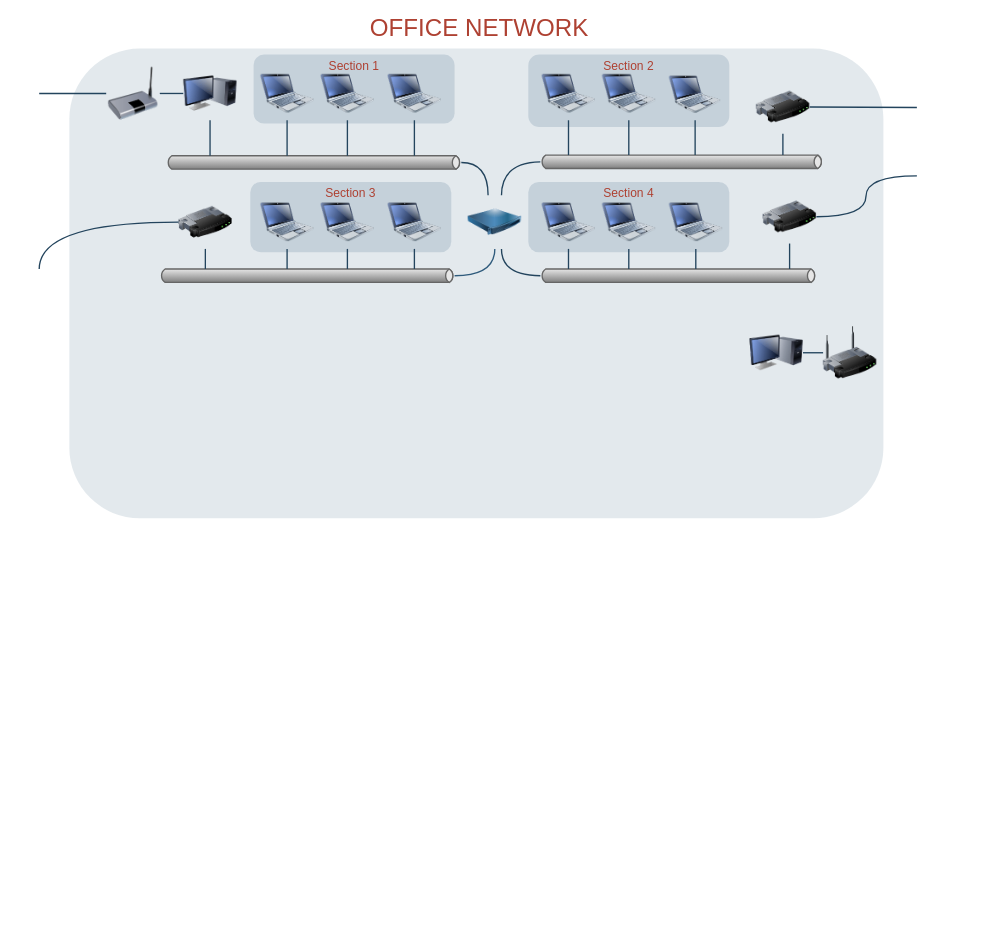
dheonz/olampp keeps this draw.io diagram as Diagram Tanpa Judul.drawio. Above is the earlier version. Source tidied: cells renumbered, new cells numbered last; positions are measured from the earlier drawing's top-left corner, leaving out a move shared by most shapes. Both pictures are drawn from the tidied source at 67%, with x=0, y=0 at pixel (17, 11).
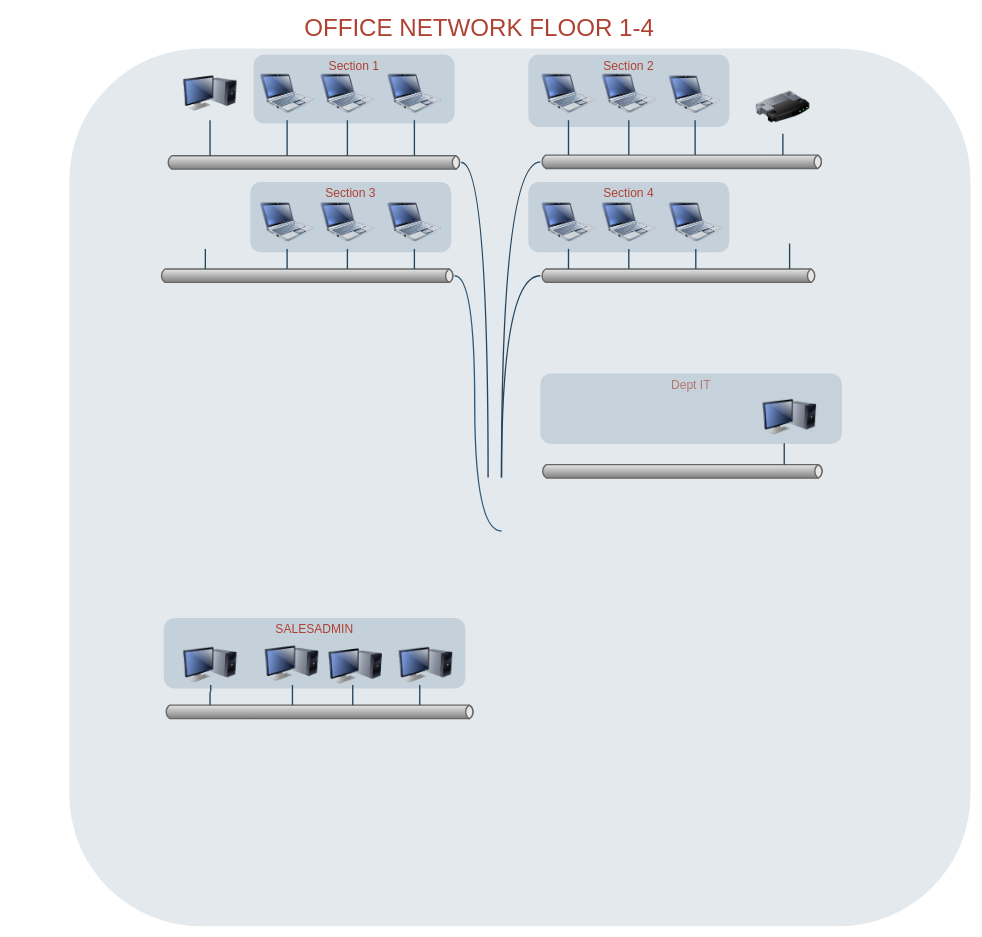
After the change.

Unchanged cells that the change refers to:
```xml
<mxCell id="7" style="strokeWidth=2;strokeColor=#666666;dashed=0;align=center;html=1;fontSize=8;shape=mxgraph.eip.messageChannel;shadow=0;fillColor=#FFFFFF;gradientColor=none;fontColor=#F08705;fontStyle=0;" parent="1" vertex="1">
  <mxGeometry x="223" y="215" width="440" height="20" as="geometry" />
</mxCell>
<mxCell id="9" style="image;html=1;image=img/lib/clip_art/computers/Monitor_Tower_128x128.png;shadow=0;strokeColor=#000000;fillColor=#FFFFFF;gradientColor=none;fontSize=18;fontColor=#F08705;fontStyle=0;" parent="1" vertex="1">
  <mxGeometry x="248" y="82" width="80" height="80" as="geometry" />
</mxCell>
<mxCell id="23" style="strokeWidth=2;strokeColor=#666666;dashed=0;align=center;html=1;fontSize=8;shape=mxgraph.eip.messageChannel;shadow=0;fillColor=#FFFFFF;gradientColor=none;fontColor=#F08705;fontStyle=0;" parent="1" vertex="1">
  <mxGeometry x="781" y="214" width="422" height="20" as="geometry" />
</mxCell>
<mxCell id="24" style="strokeWidth=2;strokeColor=#666666;dashed=0;align=center;html=1;fontSize=8;shape=mxgraph.eip.messageChannel;shadow=0;fillColor=#FFFFFF;gradientColor=none;fontColor=#F08705;fontStyle=0;" parent="1" vertex="1">
  <mxGeometry x="213" y="384" width="440" height="20" as="geometry" />
</mxCell>
<mxCell id="25" style="strokeWidth=2;strokeColor=#666666;dashed=0;align=center;html=1;fontSize=8;shape=mxgraph.eip.messageChannel;shadow=0;fillColor=#FFFFFF;gradientColor=none;fontColor=#F08705;fontStyle=0;" parent="1" vertex="1">
  <mxGeometry x="781" y="384" width="412" height="20" as="geometry" />
</mxCell>
<mxCell id="26" style="image;html=1;image=img/lib/clip_art/networking/Router_128x128.png;shadow=0;strokeColor=#000000;fillColor=#FFFFFF;gradientColor=none;fontSize=18;fontColor=#F08705;fontStyle=0;" parent="1" vertex="1">
  <mxGeometry x="1103" y="102" width="80" height="80" as="geometry" />
</mxCell>
```

The edit, as a diff of the source:
```diff
@@
+    <mxCell id="60" value="Dept IT" style="rounded=1;whiteSpace=wrap;html=1;shadow=0;strokeColor=none;fillColor=#BAC8D3;gradientColor=none;fontSize=18;fontColor=#AE4132;verticalAlign=top;fontStyle=0;opacity=70;strokeWidth=3;" parent="1" vertex="1">
+      <mxGeometry x="781" y="540" width="450" height="105" as="geometry" />
+    </mxCell>
     <mxCell id="2" style="rounded=1;whiteSpace=wrap;html=1;shadow=0;strokeColor=none;fillColor=#BAC8D3;gradientColor=none;fontSize=18;fontColor=#F08705;opacity=40;fontStyle=0;strokeWidth=3;" parent="1" vertex="1">
-      <mxGeometry x="78" y="55" width="1215" height="701" as="geometry" />
+      <mxGeometry x="78" y="55" width="1345" height="1310" as="geometry" />
     </mxCell>
@@
-    <mxCell id="10" style="image;html=1;image=img/lib/clip_art/networking/Bridge_128x128.png;shadow=0;strokeColor=#000000;fillColor=#FFFFFF;gradientColor=none;fontSize=18;fontColor=#F08705;fontStyle=0;" parent="1" vertex="1">
-      <mxGeometry x="133" y="82" width="80" height="80" as="geometry" />
-    </mxCell>
@@
-    <mxCell id="27" style="image;html=1;image=img/lib/clip_art/networking/Router_128x128.png;shadow=0;strokeColor=#000000;fillColor=#FFFFFF;gradientColor=none;fontSize=18;fontColor=#F08705;fontStyle=0;" parent="1" vertex="1">
-      <mxGeometry x="1113" y="266" width="80" height="80" as="geometry" />
-    </mxCell>
-    <mxCell id="28" style="image;html=1;image=img/lib/clip_art/computers/Monitor_Tower_128x128.png;shadow=0;strokeColor=#000000;fillColor=#FFFFFF;gradientColor=none;fontSize=18;fontColor=#F08705;fontStyle=0;" parent="1" vertex="1">
-      <mxGeometry x="1093" y="469" width="80" height="80" as="geometry" />
-    </mxCell>
-    <mxCell id="29" style="image;html=1;image=img/lib/clip_art/networking/Wireless_Router_128x128.png;shadow=0;strokeColor=#000000;fillColor=#FFFFFF;gradientColor=none;fontSize=18;fontColor=#F08705;fontStyle=0;" parent="1" vertex="1">
-      <mxGeometry x="1203" y="469" width="80" height="80" as="geometry" />
-    </mxCell>
-    <mxCell id="30" style="edgeStyle=none;rounded=0;html=1;fontSize=18;fontColor=#F08705;endArrow=none;endFill=0;strokeColor=#23445D;strokeWidth=2;fontStyle=0;" parent="1" edge="1" source="9" target="10">
-      <mxGeometry relative="1" as="geometry" />
-    </mxCell>
-    <mxCell id="31" style="image;html=1;image=img/lib/clip_art/networking/Router_128x128.png;shadow=0;strokeColor=#000000;fillColor=#FFFFFF;gradientColor=none;fontSize=18;fontColor=#F08705;fontStyle=0;" parent="1" vertex="1">
-      <mxGeometry x="241" y="274" width="80" height="80" as="geometry" />
-    </mxCell>
@@
-    <mxCell id="44" style="edgeStyle=elbowEdgeStyle;strokeWidth=2;rounded=0;endArrow=none;startArrow=none;startSize=10;endSize=10;dashed=0;html=1;strokeColor=#23445D;fontSize=18;fontColor=#F08705;startFill=0;endFill=0;fontStyle=0;" parent="1" edge="1" source="27" target="25">
-      <mxGeometry relative="1" as="geometry" />
+    <mxCell id="44" style="edgeStyle=elbowEdgeStyle;strokeWidth=2;rounded=0;endArrow=none;startArrow=none;startSize=10;endSize=10;dashed=0;html=1;strokeColor=#23445D;fontSize=18;fontColor=#F08705;startFill=0;endFill=0;fontStyle=0;" parent="1" edge="1" target="25">
+      <mxGeometry relative="1" as="geometry">
+        <mxPoint x="1153" y="346" as="sourcePoint" />
+      </mxGeometry>
     </mxCell>
-    <mxCell id="45" style="edgeStyle=none;rounded=0;html=1;startArrow=none;startFill=0;endArrow=none;endFill=0;fontSize=18;fontColor=#F08705;strokeColor=#23445D;strokeWidth=2;fontStyle=0;" parent="1" edge="1" source="26">
-      <mxGeometry relative="1" as="geometry">
-        <mxPoint x="1343" y="143" as="targetPoint" />
-      </mxGeometry>
-    </mxCell>
-    <mxCell id="46" style="edgeStyle=orthogonalEdgeStyle;rounded=0;html=1;startArrow=none;startFill=0;endArrow=none;endFill=0;fontSize=18;fontColor=#F08705;strokeColor=#23445D;strokeWidth=2;curved=1;fontStyle=0;" parent="1" edge="1" source="27">
-      <mxGeometry relative="1" as="geometry">
-        <mxPoint x="1343" y="245" as="targetPoint" />
-        <Array as="points">
-          <mxPoint x="1267" y="306" />
-          <mxPoint x="1267" y="245" />
-        </Array>
-      </mxGeometry>
-    </mxCell>
-    <mxCell id="47" style="edgeStyle=orthogonalEdgeStyle;rounded=0;html=1;startArrow=none;startFill=0;endArrow=none;endFill=0;fontSize=18;fontColor=#F08705;strokeColor=#23445D;strokeWidth=2;curved=1;fontStyle=0;" parent="1" edge="1" source="10">
-      <mxGeometry relative="1" as="geometry">
-        <mxPoint x="33" y="122" as="targetPoint" />
-      </mxGeometry>
-    </mxCell>
-    <mxCell id="48" style="edgeStyle=orthogonalEdgeStyle;rounded=0;html=1;startArrow=none;startFill=0;endArrow=none;endFill=0;fontSize=18;fontColor=#F08705;strokeColor=#23445D;strokeWidth=2;curved=1;fontStyle=0;" parent="1" edge="1" source="31">
-      <mxGeometry relative="1" as="geometry">
-        <mxPoint x="33" y="384" as="targetPoint" />
-      </mxGeometry>
-    </mxCell>
-    <mxCell id="49" style="edgeStyle=none;rounded=0;html=1;startArrow=none;startFill=0;endArrow=none;endFill=0;fontSize=18;fontColor=#F08705;strokeColor=#23445D;strokeWidth=2;fontStyle=0;" parent="1" edge="1" source="28" target="29">
-      <mxGeometry relative="1" as="geometry" />
-    </mxCell>
@@
-    <mxCell id="51" style="edgeStyle=elbowEdgeStyle;strokeWidth=2;rounded=0;endArrow=none;startArrow=none;startSize=10;endSize=10;dashed=0;html=1;strokeColor=#23445D;fontSize=18;fontColor=#F08705;startFill=0;endFill=0;fontStyle=0;" parent="1" edge="1" source="31" target="24">
-      <mxGeometry relative="1" as="geometry" />
+    <mxCell id="51" style="edgeStyle=elbowEdgeStyle;strokeWidth=2;rounded=0;endArrow=none;startArrow=none;startSize=10;endSize=10;dashed=0;html=1;strokeColor=#23445D;fontSize=18;fontColor=#F08705;startFill=0;endFill=0;fontStyle=0;" parent="1" edge="1" target="24">
+      <mxGeometry relative="1" as="geometry">
+        <mxPoint x="281" y="354" as="sourcePoint" />
+      </mxGeometry>
     </mxCell>
-    <mxCell id="52" style="edgeStyle=orthogonalEdgeStyle;rounded=0;jumpStyle=none;html=1;exitX=0.5;exitY=1;entryX=1;entryY=0.5;shadow=0;labelBackgroundColor=#ffffff;startArrow=none;startFill=0;endArrow=none;endFill=0;endSize=10;jettySize=auto;strokeColor=#2F5B7C;strokeWidth=2;fillColor=#F08705;fontFamily=Helvetica;fontSize=14;fontColor=#F08705;align=left;curved=1;" parent="1" edge="1" source="53" target="24">
-      <mxGeometry relative="1" as="geometry" />
+    <mxCell id="52" style="edgeStyle=orthogonalEdgeStyle;rounded=0;jumpStyle=none;html=1;exitX=0.5;exitY=1;entryX=1;entryY=0.5;shadow=0;labelBackgroundColor=#ffffff;startArrow=none;startFill=0;endArrow=none;endFill=0;endSize=10;jettySize=auto;strokeColor=#2F5B7C;strokeWidth=2;fillColor=#F08705;fontFamily=Helvetica;fontSize=14;fontColor=#F08705;align=left;curved=1;" parent="1" edge="1" target="24">
+      <mxGeometry relative="1" as="geometry">
+        <mxPoint x="723" y="775" as="sourcePoint" />
+        <Array as="points">
+          <mxPoint x="683" y="775" />
+          <mxPoint x="683" y="394" />
+        </Array>
+      </mxGeometry>
     </mxCell>
-    <mxCell id="53" style="image;html=1;image=img/lib/clip_art/networking/Concentrator_128x128.png;shadow=0;strokeColor=#000000;fillColor=#F2F2F2;gradientColor=none;fontSize=18;fontColor=#F08705;fontStyle=0;" parent="1" vertex="1">
-      <mxGeometry x="673" y="274" width="80" height="80" as="geometry" />
-    </mxCell>
-    <mxCell id="54" style="edgeStyle=orthogonalEdgeStyle;rounded=0;html=1;entryX=1;entryY=0.5;startArrow=none;startFill=0;endArrow=none;endFill=0;fontSize=18;fontColor=#F08705;strokeColor=#23445D;strokeWidth=2;curved=1;fontStyle=0;" parent="1" edge="1" source="53" target="7">
+    <mxCell id="54" style="edgeStyle=orthogonalEdgeStyle;rounded=0;html=1;entryX=1;entryY=0.5;startArrow=none;startFill=0;endArrow=none;endFill=0;fontSize=18;fontColor=#F08705;strokeColor=#23445D;strokeWidth=2;curved=1;fontStyle=0;" parent="1" edge="1" target="7">
       <mxGeometry relative="1" as="geometry">
+        <mxPoint x="703" y="695" as="sourcePoint" />
         <Array as="points">
           <mxPoint x="703" y="225" />
         </Array>
       </mxGeometry>
     </mxCell>
-    <mxCell id="55" style="edgeStyle=orthogonalEdgeStyle;rounded=0;html=1;entryX=0;entryY=0.5;startArrow=none;startFill=0;endArrow=none;endFill=0;fontSize=18;fontColor=#F08705;strokeColor=#23445D;strokeWidth=2;curved=1;fontStyle=0;" parent="1" edge="1" source="53" target="23">
+    <mxCell id="55" style="edgeStyle=orthogonalEdgeStyle;rounded=0;html=1;entryX=0;entryY=0.5;startArrow=none;startFill=0;endArrow=none;endFill=0;fontSize=18;fontColor=#F08705;strokeColor=#23445D;strokeWidth=2;curved=1;fontStyle=0;" parent="1" edge="1" target="23">
       <mxGeometry relative="1" as="geometry">
+        <mxPoint x="723" y="695" as="sourcePoint" />
         <Array as="points">
           <mxPoint x="723" y="225" />
         </Array>
       </mxGeometry>
     </mxCell>
-    <mxCell id="56" style="edgeStyle=orthogonalEdgeStyle;rounded=0;html=1;entryX=0;entryY=0.5;startArrow=none;startFill=0;endArrow=none;endFill=0;fontSize=18;fontColor=#F08705;strokeColor=#23445D;strokeWidth=2;curved=1;fontStyle=0;" parent="1" edge="1" source="53" target="25">
+    <mxCell id="56" style="edgeStyle=orthogonalEdgeStyle;rounded=0;html=1;entryX=0;entryY=0.5;startArrow=none;startFill=0;endArrow=none;endFill=0;fontSize=18;fontColor=#F08705;strokeColor=#23445D;strokeWidth=2;curved=1;fontStyle=0;" parent="1" edge="1" target="25">
       <mxGeometry relative="1" as="geometry">
+        <mxPoint x="723" y="695" as="sourcePoint" />
         <Array as="points">
           <mxPoint x="723" y="394" />
         </Array>
       </mxGeometry>
     </mxCell>
-    <mxCell id="57" value="OFFICE NETWORK" style="text;html=1;strokeColor=none;fillColor=none;align=center;verticalAlign=middle;whiteSpace=wrap;overflow=hidden;shadow=0;fontSize=36;fontColor=#AE4132;fontStyle=0;" parent="1" vertex="1">
+    <mxCell id="57" value="OFFICE NETWORK FLOOR 1-4" style="text;html=1;strokeColor=none;fillColor=none;align=center;verticalAlign=middle;whiteSpace=wrap;overflow=hidden;shadow=0;fontSize=36;fontColor=#AE4132;fontStyle=0;" parent="1" vertex="1">
       <mxGeometry width="1380" height="45" as="geometry" />
     </mxCell>
@@
+    <mxCell id="61" value="&lt;span style=&quot;line-height: 17.1818180084229px&quot;&gt;SALESADMIN&lt;/span&gt;" style="rounded=1;whiteSpace=wrap;html=1;shadow=0;strokeColor=none;fillColor=#BAC8D3;gradientColor=none;fontSize=18;fontColor=#AE4132;verticalAlign=top;fontStyle=0;opacity=70;strokeWidth=3;" parent="1" vertex="1">
+      <mxGeometry x="219" y="905" width="450" height="105" as="geometry" />
+    </mxCell>
+    <mxCell id="62" style="strokeWidth=2;strokeColor=#666666;dashed=0;align=center;html=1;fontSize=8;shape=mxgraph.eip.messageChannel;shadow=0;fillColor=#FFFFFF;gradientColor=none;fontColor=#F08705;fontStyle=0;" parent="1" vertex="1">
+      <mxGeometry x="782" y="676" width="422" height="20" as="geometry" />
+    </mxCell>
+    <mxCell id="63" style="strokeWidth=2;strokeColor=#666666;dashed=0;align=center;html=1;fontSize=8;shape=mxgraph.eip.messageChannel;shadow=0;fillColor=#FFFFFF;gradientColor=none;fontColor=#F08705;fontStyle=0;" parent="1" vertex="1">
+      <mxGeometry x="220" y="1035" width="463" height="20" as="geometry" />
+    </mxCell>
+    <mxCell id="64" style="edgeStyle=elbowEdgeStyle;strokeWidth=2;rounded=0;endArrow=none;startArrow=none;startSize=10;endSize=10;dashed=0;html=1;strokeColor=#23445D;fontSize=18;fontColor=#F08705;startFill=0;endFill=0;fontStyle=0;" parent="1" edge="1" target="62">
+      <mxGeometry relative="1" as="geometry">
+        <mxPoint x="1145" y="644" as="sourcePoint" />
+      </mxGeometry>
+    </mxCell>
+    <mxCell id="65" style="edgeStyle=elbowEdgeStyle;strokeWidth=2;rounded=0;endArrow=none;startArrow=none;startSize=10;endSize=10;dashed=0;html=1;strokeColor=#23445D;fontSize=18;fontColor=#F08705;startFill=0;endFill=0;fontStyle=0;" parent="1" edge="1" target="63">
+      <mxGeometry relative="1" as="geometry">
+        <mxPoint x="411" y="1005" as="sourcePoint" />
+      </mxGeometry>
+    </mxCell>
+    <mxCell id="66" style="edgeStyle=elbowEdgeStyle;strokeWidth=2;rounded=0;endArrow=none;startArrow=none;startSize=10;endSize=10;dashed=0;html=1;strokeColor=#23445D;fontSize=18;fontColor=#F08705;startFill=0;endFill=0;fontStyle=0;" parent="1" edge="1" target="63">
+      <mxGeometry relative="1" as="geometry">
+        <mxPoint x="501" y="1005" as="sourcePoint" />
+      </mxGeometry>
+    </mxCell>
+    <mxCell id="67" style="edgeStyle=elbowEdgeStyle;strokeWidth=2;rounded=0;endArrow=none;startArrow=none;startSize=10;endSize=10;dashed=0;html=1;strokeColor=#23445D;fontSize=18;fontColor=#F08705;startFill=0;endFill=0;fontStyle=0;" parent="1" edge="1" target="63">
+      <mxGeometry relative="1" as="geometry">
+        <mxPoint x="601" y="1005" as="sourcePoint" />
+      </mxGeometry>
+    </mxCell>
+    <mxCell id="68" style="edgeStyle=elbowEdgeStyle;strokeWidth=2;rounded=0;endArrow=none;startArrow=none;startSize=10;endSize=10;dashed=0;html=1;strokeColor=#23445D;fontSize=18;fontColor=#F08705;startFill=0;endFill=0;fontStyle=0;" parent="1" edge="1" source="74" target="63">
+      <mxGeometry relative="1" as="geometry" />
+    </mxCell>
+    <mxCell id="69" style="edgeStyle=orthogonalEdgeStyle;rounded=0;jumpStyle=none;html=1;exitX=0.75;exitY=0;entryX=0.75;entryY=0;shadow=0;labelBackgroundColor=none;startArrow=none;startFill=0;endArrow=classic;endFill=1;endSize=6;jettySize=auto;orthogonalLoop=1;strokeColor=#23445D;strokeWidth=2;fillColor=#F08705;fontFamily=Helvetica;fontSize=14;fontColor=#FFFFFF;align=left;fontStyle=0;" parent="1" edge="1">
+      <mxGeometry relative="1" as="geometry">
+        <mxPoint x="844" y="544" as="sourcePoint" />
+        <mxPoint x="844" y="544" as="targetPoint" />
+      </mxGeometry>
+    </mxCell>
+    <mxCell id="70" style="image;html=1;image=img/lib/clip_art/computers/Monitor_Tower_128x128.png;shadow=0;strokeColor=#000000;fillColor=#FFFFFF;gradientColor=none;fontSize=18;fontColor=#F08705;fontStyle=0;" parent="1" vertex="1">
+      <mxGeometry x="570" y="935" width="80" height="80" as="geometry" />
+    </mxCell>
+    <mxCell id="71" style="image;html=1;image=img/lib/clip_art/computers/Monitor_Tower_128x128.png;shadow=0;strokeColor=#000000;fillColor=#FFFFFF;gradientColor=none;fontSize=18;fontColor=#F08705;fontStyle=0;" parent="1" vertex="1">
+      <mxGeometry x="465" y="937" width="80" height="80" as="geometry" />
+    </mxCell>
+    <mxCell id="72" style="image;html=1;image=img/lib/clip_art/computers/Monitor_Tower_128x128.png;shadow=0;strokeColor=#000000;fillColor=#FFFFFF;gradientColor=none;fontSize=18;fontColor=#F08705;fontStyle=0;" parent="1" vertex="1">
+      <mxGeometry x="370" y="933" width="80" height="80" as="geometry" />
+    </mxCell>
+    <mxCell id="73" style="edgeStyle=elbowEdgeStyle;strokeWidth=2;rounded=0;endArrow=none;startArrow=none;startSize=10;endSize=10;dashed=0;html=1;strokeColor=#23445D;fontSize=18;fontColor=#F08705;startFill=0;endFill=0;fontStyle=0;" parent="1" edge="1" target="74">
+      <mxGeometry relative="1" as="geometry">
+        <mxPoint x="289" y="1005" as="sourcePoint" />
+      </mxGeometry>
+    </mxCell>
+    <mxCell id="74" style="image;html=1;image=img/lib/clip_art/computers/Monitor_Tower_128x128.png;shadow=0;strokeColor=#000000;fillColor=#FFFFFF;gradientColor=none;fontSize=18;fontColor=#F08705;fontStyle=0;" parent="1" vertex="1">
+      <mxGeometry x="248" y="935" width="80" height="80" as="geometry" />
+    </mxCell>
+    <mxCell id="75" style="image;html=1;image=img/lib/clip_art/computers/Monitor_Tower_128x128.png;shadow=0;strokeColor=#000000;fillColor=#FFFFFF;gradientColor=none;fontSize=18;fontColor=#F08705;fontStyle=0;" parent="1" vertex="1">
+      <mxGeometry x="1113" y="565" width="80" height="80" as="geometry" />
+    </mxCell>
```
